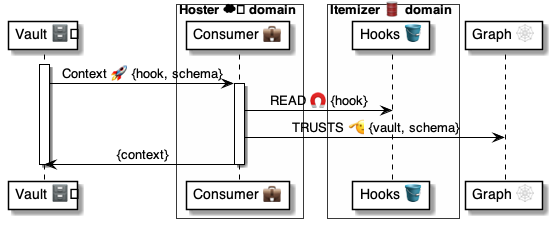
pollyweb-org/pollyweb-docs keeps this PlantUML diagram as 4 ⚙️ Solution/41 🎭 Domain Roles/Consumers 💼/💼🅰️ Consumer methods/Context 🗄️🚀💼/💼 Context ⚙️ uml.png. Above is the earlier version. Its source is kept beside it as 4 ⚙️ Solution/41 🎭 Domain Roles/Consumers 💼/💼🅰️ Consumer methods/Context 🗄️🚀💼/💼 Context ⚙️ uml.puml. The source it was exported from:
```plantuml
@startuml Consumer@Consumer

participant "Vault 🗄️" as vault

box Hoster ☁️ domain #FFFFFA
    participant "Consumer 💼" as consumer
end box

box Itemizer 🛢 domain #FFFFFA
    participant "Hooks 🪣" as hooks
end box

participant "Graph 🕸" as graph


activate vault
    vault -> consumer: Context 🚀 {hook, schema}

    activate consumer
        consumer -> hooks: READ 🧲 {hook}
        consumer -> graph: TRUSTS 🫡 {vault, schema}
        consumer -> vault: {context}
    deactivate consumer

deactivate vault

@enduml
```
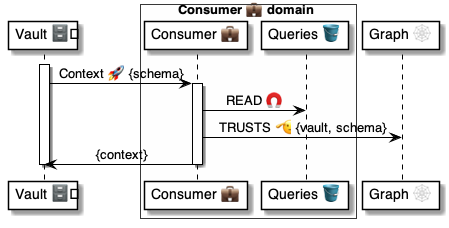
Later version of the same file.

Change to the diagram source:
```diff
@@ -1,23 +1,19 @@
 @startuml Consumer@Consumer
 
 participant "Vault 🗄️" as vault
-
-box Hoster ☁️ domain #FFFFFA
+box Consumer 💼 domain #FFFFFA
     participant "Consumer 💼" as consumer
-end box
-
-box Itemizer 🛢 domain #FFFFFA
-    participant "Hooks 🪣" as hooks
+    participant "Queries 🪣" as hooks
 end box
 
 participant "Graph 🕸" as graph
 
 
 activate vault
-    vault -> consumer: Context 🚀 {hook, schema}
+    vault -> consumer: Context 🚀 {schema}
 
     activate consumer
-        consumer -> hooks: READ 🧲 {hook}
+        consumer -> hooks: READ 🧲
         consumer -> graph: TRUSTS 🫡 {vault, schema}
         consumer -> vault: {context}
     deactivate consumer
```
